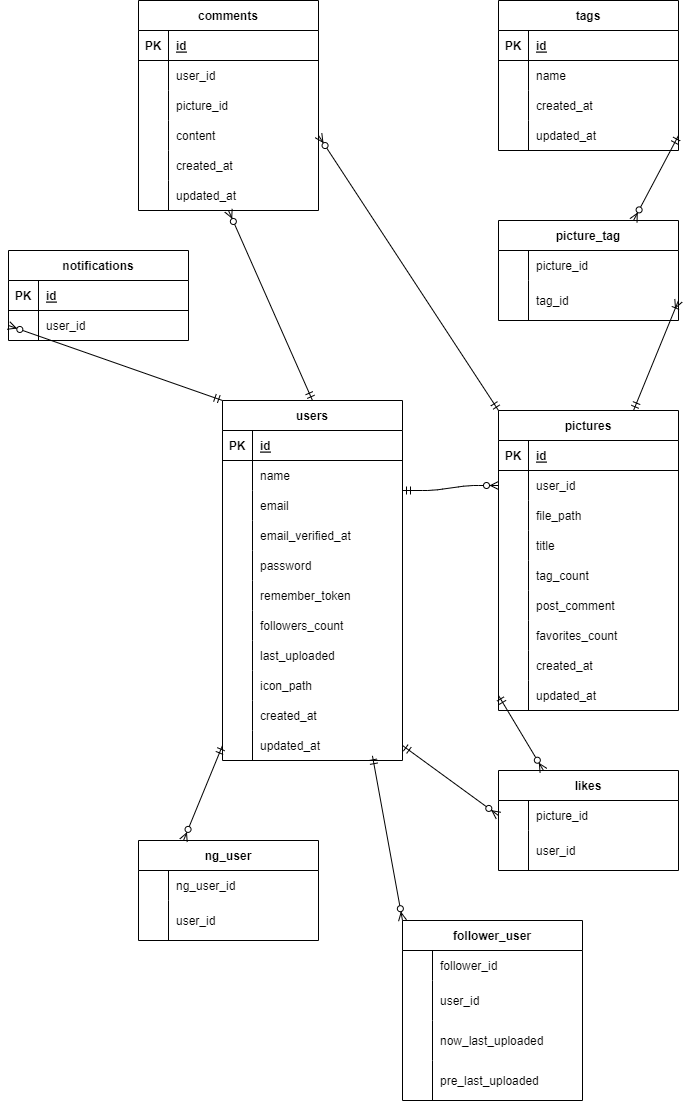
Before: picoo/er.drawio.png, a diagram exported from draw.io (reth4e/Picoo_aws2). Source tidied: cells renumbered, new cells last; positions are measured from the earlier drawing's top-left corner, leaving out a move shared by most shapes.
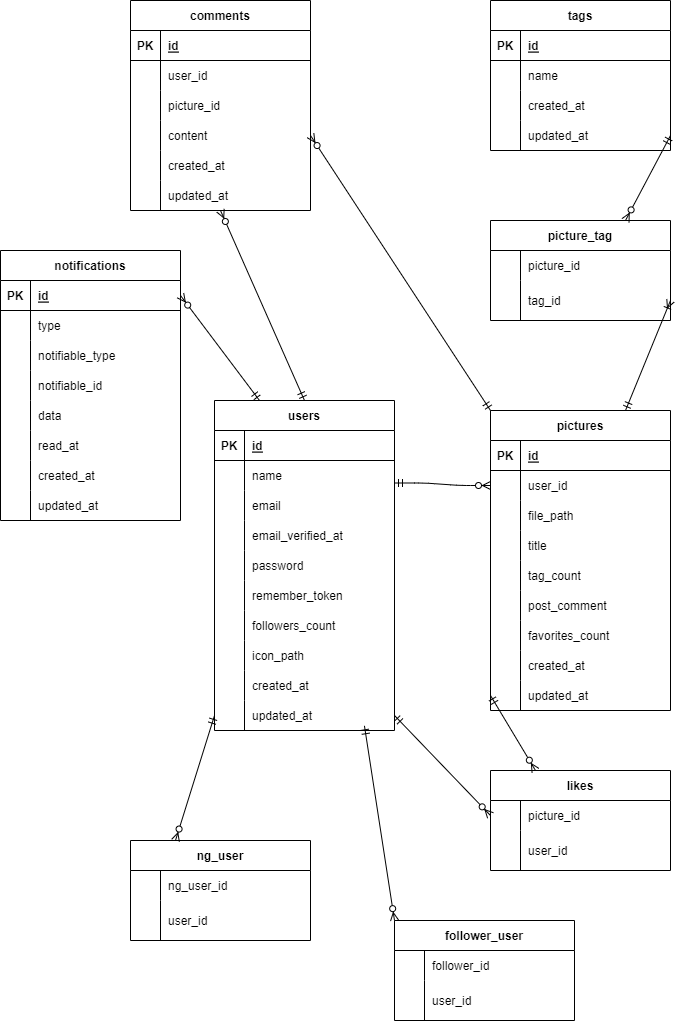
After the commit.

Commit message:
feat:read & readAll in UserController, add:PictureNotification.php & notifications_table

Diff of the diagram source:
```diff
@@ -3,7 +3,7 @@
     <mxCell id="0" />
     <mxCell id="1" parent="0" />
     <mxCell id="2" value="users" style="shape=table;startSize=30;rowLines=0;fontStyle=1;align=center;" parent="1" vertex="1">
-      <mxGeometry x="214" y="400" width="180" height="360" as="geometry" />
+      <mxGeometry x="214" y="400" width="180" height="330" as="geometry" />
     </mxCell>
     <mxCell id="3" style="shape=tableRow;horizontal=0;startSize=0;swimlaneHead=0;swimlaneBody=0;fillColor=none;top=0;left=0;right=0;bottom=1;" parent="2" vertex="1">
       <mxGeometry y="30" width="180" height="30" as="geometry" />
@@ -68,17 +68,8 @@
     <mxCell id="23" value="followers_count" style="shape=partialRectangle;fillColor=none;top=0;left=0;bottom=0;right=0;align=left;spacingLeft=6;overflow=hidden;" parent="21" vertex="1">
       <mxGeometry x="30" width="150" height="30" as="geometry" />
     </mxCell>
-    <mxCell id="24" style="shape=tableRow;horizontal=0;startSize=0;swimlaneHead=0;swimlaneBody=0;fillColor=none;top=0;left=0;right=0;bottom=0;" parent="2" vertex="1">
-      <mxGeometry y="240" width="180" height="30" as="geometry" />
-    </mxCell>
-    <mxCell id="25" style="shape=partialRectangle;fillColor=none;top=0;left=0;bottom=0;right=0;overflow=hidden;" parent="24" vertex="1">
-      <mxGeometry width="30" height="30" as="geometry" />
-    </mxCell>
-    <mxCell id="26" value="last_uploaded" style="shape=partialRectangle;fillColor=none;top=0;left=0;bottom=0;right=0;align=left;spacingLeft=6;overflow=hidden;" parent="24" vertex="1">
-      <mxGeometry x="30" width="150" height="30" as="geometry" />
-    </mxCell>
     <mxCell id="27" style="shape=tableRow;horizontal=0;startSize=0;swimlaneHead=0;swimlaneBody=0;fillColor=none;top=0;left=0;right=0;bottom=0;" parent="2" vertex="1">
-      <mxGeometry y="270" width="180" height="30" as="geometry" />
+      <mxGeometry y="240" width="180" height="30" as="geometry" />
     </mxCell>
     <mxCell id="28" style="shape=partialRectangle;fillColor=none;top=0;left=0;bottom=0;right=0;overflow=hidden;" parent="27" vertex="1">
       <mxGeometry width="30" height="30" as="geometry" />
@@ -87,7 +78,7 @@
       <mxGeometry x="30" width="150" height="30" as="geometry" />
     </mxCell>
     <mxCell id="30" style="shape=tableRow;horizontal=0;startSize=0;swimlaneHead=0;swimlaneBody=0;fillColor=none;top=0;left=0;right=0;bottom=0;" parent="2" vertex="1">
-      <mxGeometry y="300" width="180" height="30" as="geometry" />
+      <mxGeometry y="270" width="180" height="30" as="geometry" />
     </mxCell>
     <mxCell id="31" style="shape=partialRectangle;fillColor=none;top=0;left=0;bottom=0;right=0;overflow=hidden;" parent="30" vertex="1">
       <mxGeometry width="30" height="30" as="geometry" />
@@ -96,7 +87,7 @@
       <mxGeometry x="30" width="150" height="30" as="geometry" />
     </mxCell>
     <mxCell id="33" style="shape=tableRow;horizontal=0;startSize=0;swimlaneHead=0;swimlaneBody=0;fillColor=none;points=[[0,0.5],[1,0.5]];portConstraint=eastwest;top=0;left=0;right=0;bottom=0;" parent="2" vertex="1">
-      <mxGeometry y="330" width="180" height="30" as="geometry" />
+      <mxGeometry y="300" width="180" height="30" as="geometry" />
     </mxCell>
     <mxCell id="34" style="shape=partialRectangle;fillColor=none;top=0;left=0;bottom=0;right=0;overflow=hidden;" parent="33" vertex="1">
       <mxGeometry width="30" height="30" as="geometry" />
@@ -290,7 +281,7 @@
       <mxGeometry x="30" width="150" height="30" as="geometry" />
     </mxCell>
     <mxCell id="97" value="follower_user" style="shape=table;startSize=30;rowLines=0;fontStyle=1;align=center;" parent="1" vertex="1">
-      <mxGeometry x="394" y="920" width="180" height="180" as="geometry" />
+      <mxGeometry x="394" y="920" width="180" height="100" as="geometry" />
     </mxCell>
     <mxCell id="98" style="shape=tableRow;horizontal=0;startSize=0;swimlaneHead=0;swimlaneBody=0;fillColor=none;top=0;left=0;right=0;bottom=0;" parent="97" vertex="1">
       <mxGeometry y="30" width="180" height="30" as="geometry" />
@@ -310,24 +301,6 @@
     <mxCell id="103" value="user_id" style="shape=partialRectangle;fillColor=none;top=0;left=0;bottom=0;right=0;align=left;spacingLeft=6;overflow=hidden;" parent="101" vertex="1">
       <mxGeometry x="30" width="150" height="40" as="geometry" />
     </mxCell>
-    <mxCell id="104" style="shape=tableRow;horizontal=0;startSize=0;swimlaneHead=0;swimlaneBody=0;fillColor=none;top=0;left=0;right=0;bottom=0;" parent="97" vertex="1">
-      <mxGeometry y="100" width="180" height="40" as="geometry" />
-    </mxCell>
-    <mxCell id="105" style="shape=partialRectangle;fillColor=none;top=0;left=0;bottom=0;right=0;overflow=hidden;" parent="104" vertex="1">
-      <mxGeometry width="30" height="40" as="geometry" />
-    </mxCell>
-    <mxCell id="106" value="now_last_uploaded" style="shape=partialRectangle;fillColor=none;top=0;left=0;bottom=0;right=0;align=left;spacingLeft=6;overflow=hidden;" parent="104" vertex="1">
-      <mxGeometry x="30" width="150" height="40" as="geometry" />
-    </mxCell>
-    <mxCell id="107" style="shape=tableRow;horizontal=0;startSize=0;swimlaneHead=0;swimlaneBody=0;fillColor=none;top=0;left=0;right=0;bottom=0;" parent="97" vertex="1">
-      <mxGeometry y="140" width="180" height="40" as="geometry" />
-    </mxCell>
-    <mxCell id="108" style="shape=partialRectangle;fillColor=none;top=0;left=0;bottom=0;right=0;overflow=hidden;" parent="107" vertex="1">
-      <mxGeometry width="30" height="40" as="geometry" />
-    </mxCell>
-    <mxCell id="109" value="pre_last_uploaded" style="shape=partialRectangle;fillColor=none;top=0;left=0;bottom=0;right=0;align=left;spacingLeft=6;overflow=hidden;" parent="107" vertex="1">
-      <mxGeometry x="30" width="150" height="40" as="geometry" />
-    </mxCell>
     <mxCell id="110" value="picture_tag" style="shape=table;startSize=30;rowLines=0;fontStyle=1;align=center;" parent="1" vertex="1">
       <mxGeometry x="490" y="220" width="180" height="100" as="geometry" />
     </mxCell>
@@ -417,8 +390,11 @@
     <mxCell id="138" style="fontSize=12;html=1;endArrow=ERzeroToMany;startArrow=ERmandOne;exitX=0;exitY=0.5;exitDx=0;exitDy=0;entryX=0.25;entryY=0;entryDx=0;entryDy=0;" parent="1" edge="1" source="33" target="131">
       <mxGeometry relative="1" as="geometry" />
     </mxCell>
+    <mxCell id="147" style="fontSize=12;html=1;endArrow=ERzeroToMany;startArrow=ERmandOne;exitX=1;exitY=0.5;exitDx=0;exitDy=0;entryX=0.75;entryY=0;entryDx=0;entryDy=0;" parent="1" edge="1" source="74" target="110">
+      <mxGeometry relative="1" as="geometry" />
+    </mxCell>
     <mxCell id="139" value="notifications" style="shape=table;startSize=30;rowLines=0;fontStyle=1;align=center;" parent="1" vertex="1">
-      <mxGeometry y="250" width="180" height="90" as="geometry" />
+      <mxGeometry y="250" width="180" height="270" as="geometry" />
     </mxCell>
     <mxCell id="140" style="shape=tableRow;horizontal=0;startSize=0;swimlaneHead=0;swimlaneBody=0;fillColor=none;points=[[0,0.5],[1,0.5]];portConstraint=eastwest;top=0;left=0;right=0;bottom=1;" parent="139" vertex="1">
       <mxGeometry y="30" width="180" height="30" as="geometry" />
@@ -432,17 +408,68 @@
     <mxCell id="143" style="shape=tableRow;horizontal=0;startSize=0;swimlaneHead=0;swimlaneBody=0;fillColor=none;points=[[0,0.5],[1,0.5]];portConstraint=eastwest;top=0;left=0;right=0;bottom=0;" parent="139" vertex="1">
       <mxGeometry y="60" width="180" height="30" as="geometry" />
     </mxCell>
-    <mxCell id="144" style="shape=partialRectangle;fillColor=none;top=0;left=0;bottom=0;right=0;overflow=hidden;" parent="143" vertex="1">
-      <mxGeometry width="30" height="30" as="geometry" />
-    </mxCell>
-    <mxCell id="145" value="user_id" style="shape=partialRectangle;fillColor=none;top=0;left=0;bottom=0;right=0;align=left;spacingLeft=6;overflow=hidden;" parent="143" vertex="1">
-      <mxGeometry x="30" width="150" height="30" as="geometry" />
-    </mxCell>
-    <mxCell id="146" style="fontSize=12;html=1;endArrow=ERzeroToMany;startArrow=ERmandOne;exitX=0;exitY=0;exitDx=0;exitDy=0;entryX=0;entryY=0.5;entryDx=0;entryDy=0;" parent="1" edge="1" source="2" target="143">
-      <mxGeometry relative="1" as="geometry" />
-    </mxCell>
-    <mxCell id="147" style="fontSize=12;html=1;endArrow=ERzeroToMany;startArrow=ERmandOne;exitX=1;exitY=0.5;exitDx=0;exitDy=0;entryX=0.75;entryY=0;entryDx=0;entryDy=0;" parent="1" edge="1" source="74" target="110">
-      <mxGeometry relative="1" as="geometry" />
-    </mxCell>
+    <mxCell id="148" style="shape=partialRectangle;fillColor=none;top=0;left=0;bottom=0;right=0;overflow=hidden;" parent="143" vertex="1">
+      <mxGeometry width="30" height="30" as="geometry" />
+    </mxCell>
+    <mxCell id="149" value="type" style="shape=partialRectangle;fillColor=none;top=0;left=0;bottom=0;right=0;align=left;spacingLeft=6;overflow=hidden;" parent="143" vertex="1">
+      <mxGeometry x="30" width="150" height="30" as="geometry" />
+    </mxCell>
+    <mxCell id="150" style="shape=tableRow;horizontal=0;startSize=0;swimlaneHead=0;swimlaneBody=0;fillColor=none;top=0;left=0;right=0;bottom=0;" parent="139" vertex="1">
+      <mxGeometry y="90" width="180" height="30" as="geometry" />
+    </mxCell>
+    <mxCell id="151" style="shape=partialRectangle;fillColor=none;top=0;left=0;bottom=0;right=0;overflow=hidden;" parent="150" vertex="1">
+      <mxGeometry width="30" height="30" as="geometry" />
+    </mxCell>
+    <mxCell id="152" value="notifiable_type" style="shape=partialRectangle;fillColor=none;top=0;left=0;bottom=0;right=0;align=left;spacingLeft=6;overflow=hidden;" parent="150" vertex="1">
+      <mxGeometry x="30" width="150" height="30" as="geometry" />
+    </mxCell>
+    <mxCell id="153" style="shape=tableRow;horizontal=0;startSize=0;swimlaneHead=0;swimlaneBody=0;fillColor=none;top=0;left=0;right=0;bottom=0;" parent="139" vertex="1">
+      <mxGeometry y="120" width="180" height="30" as="geometry" />
+    </mxCell>
+    <mxCell id="154" style="shape=partialRectangle;fillColor=none;top=0;left=0;bottom=0;right=0;overflow=hidden;" parent="153" vertex="1">
+      <mxGeometry width="30" height="30" as="geometry" />
+    </mxCell>
+    <mxCell id="155" value="notifiable_id" style="shape=partialRectangle;fillColor=none;top=0;left=0;bottom=0;right=0;align=left;spacingLeft=6;overflow=hidden;" parent="153" vertex="1">
+      <mxGeometry x="30" width="150" height="30" as="geometry" />
+    </mxCell>
+    <mxCell id="156" style="shape=tableRow;horizontal=0;startSize=0;swimlaneHead=0;swimlaneBody=0;fillColor=none;top=0;left=0;right=0;bottom=0;" parent="139" vertex="1">
+      <mxGeometry y="150" width="180" height="30" as="geometry" />
+    </mxCell>
+    <mxCell id="157" style="shape=partialRectangle;fillColor=none;top=0;left=0;bottom=0;right=0;overflow=hidden;" parent="156" vertex="1">
+      <mxGeometry width="30" height="30" as="geometry" />
+    </mxCell>
+    <mxCell id="158" value="data" style="shape=partialRectangle;fillColor=none;top=0;left=0;bottom=0;right=0;align=left;spacingLeft=6;overflow=hidden;" parent="156" vertex="1">
+      <mxGeometry x="30" width="150" height="30" as="geometry" />
+    </mxCell>
+    <mxCell id="159" style="shape=tableRow;horizontal=0;startSize=0;swimlaneHead=0;swimlaneBody=0;fillColor=none;top=0;left=0;right=0;bottom=0;" parent="139" vertex="1">
+      <mxGeometry y="180" width="180" height="30" as="geometry" />
+    </mxCell>
+    <mxCell id="160" style="shape=partialRectangle;fillColor=none;top=0;left=0;bottom=0;right=0;overflow=hidden;" parent="159" vertex="1">
+      <mxGeometry width="30" height="30" as="geometry" />
+    </mxCell>
+    <mxCell id="161" value="read_at" style="shape=partialRectangle;fillColor=none;top=0;left=0;bottom=0;right=0;align=left;spacingLeft=6;overflow=hidden;" parent="159" vertex="1">
+      <mxGeometry x="30" width="150" height="30" as="geometry" />
+    </mxCell>
+    <mxCell id="162" style="shape=tableRow;horizontal=0;startSize=0;swimlaneHead=0;swimlaneBody=0;fillColor=none;top=0;left=0;right=0;bottom=0;" parent="139" vertex="1">
+      <mxGeometry y="210" width="180" height="30" as="geometry" />
+    </mxCell>
+    <mxCell id="163" style="shape=partialRectangle;fillColor=none;top=0;left=0;bottom=0;right=0;overflow=hidden;" parent="162" vertex="1">
+      <mxGeometry width="30" height="30" as="geometry" />
+    </mxCell>
+    <mxCell id="164" value="created_at" style="shape=partialRectangle;fillColor=none;top=0;left=0;bottom=0;right=0;align=left;spacingLeft=6;overflow=hidden;" parent="162" vertex="1">
+      <mxGeometry x="30" width="150" height="30" as="geometry" />
+    </mxCell>
+    <mxCell id="24" style="shape=tableRow;horizontal=0;startSize=0;swimlaneHead=0;swimlaneBody=0;fillColor=none;top=0;left=0;right=0;bottom=0;" parent="139" vertex="1">
+      <mxGeometry y="240" width="180" height="30" as="geometry" />
+    </mxCell>
+    <mxCell id="165" style="shape=partialRectangle;fillColor=none;top=0;left=0;bottom=0;right=0;overflow=hidden;" parent="24" vertex="1">
+      <mxGeometry width="30" height="30" as="geometry" />
+    </mxCell>
+    <mxCell id="166" value="updated_at" style="shape=partialRectangle;fillColor=none;top=0;left=0;bottom=0;right=0;align=left;spacingLeft=6;overflow=hidden;" parent="24" vertex="1">
+      <mxGeometry x="30" width="150" height="30" as="geometry" />
+    </mxCell>
+    <mxCell id="167" style="fontSize=12;html=1;endArrow=ERzeroToMany;startArrow=ERmandOne;exitX=0.25;exitY=0;exitDx=0;exitDy=0;entryX=1;entryY=0.5;entryDx=0;entryDy=0;" parent="1" edge="1" source="2" target="140">
+      <mxGeometry relative="1" as="geometry" />
+    </mxCell>
   </root>
 </mxGraphModel>
```
